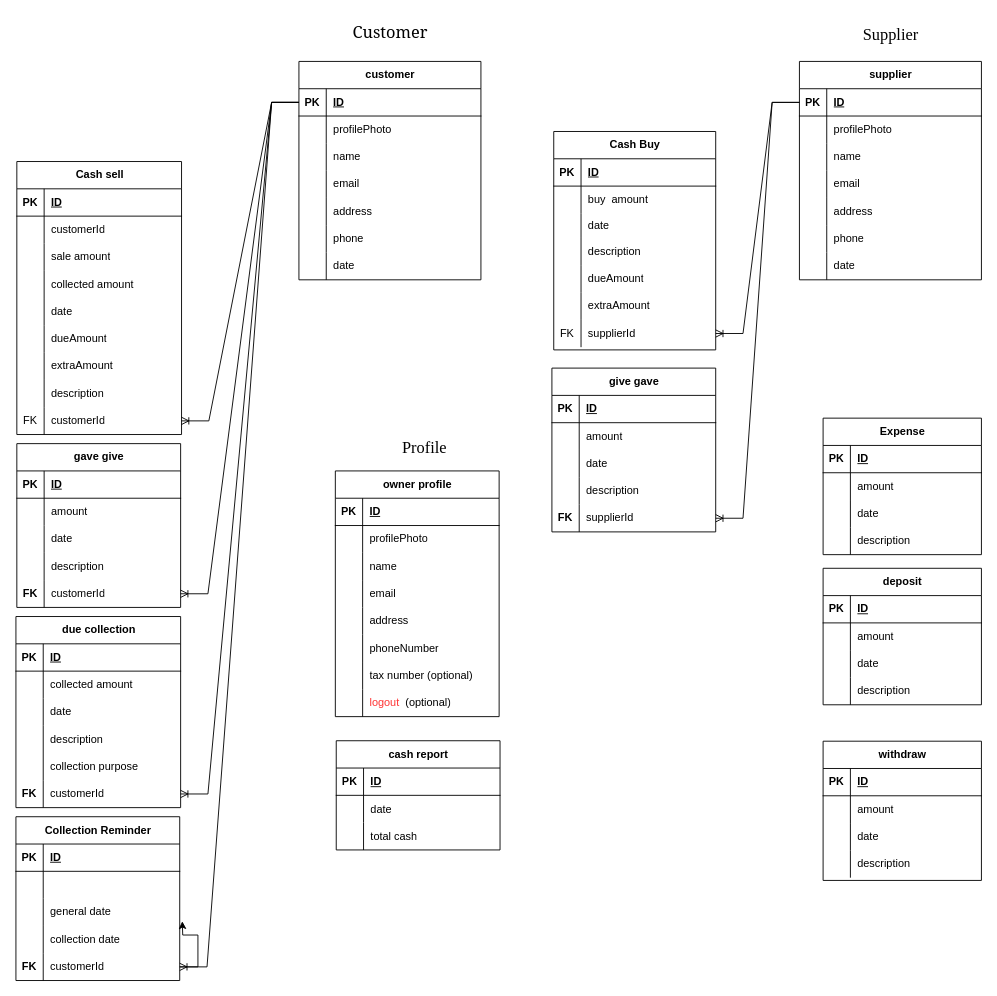
Before: databases/diagram.drawio in devsrakib/esBook, a draw.io diagram. Source tidied: cells renumbered, new cells numbered last; positions are measured from the earlier drawing's top-left corner, leaving out a move shared by most shapes. Both pictures are drawn from the tidied source at 91%, with x=0, y=0 at pixel (15, 15).
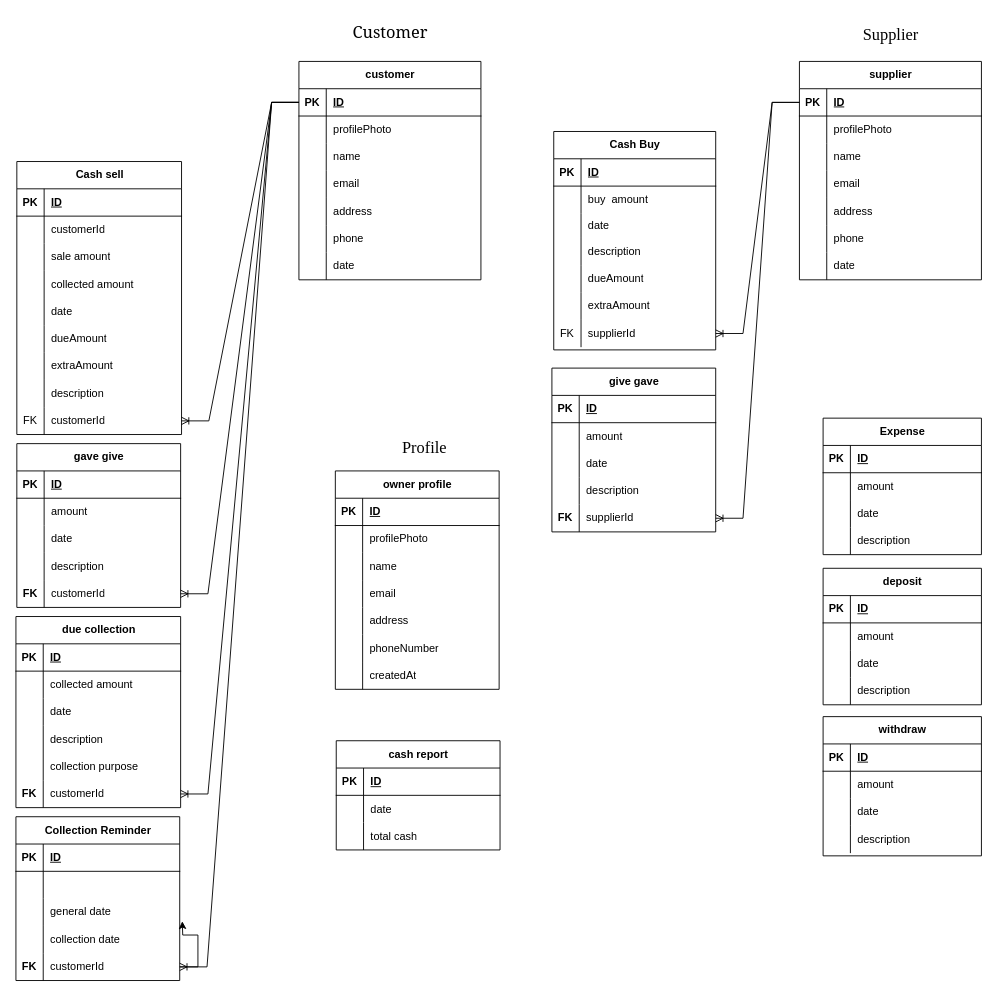
Above is the later version.

The change refers to these unchanged cells:
```xml
<mxCell id="201" style="shape=tableRow;horizontal=0;startSize=0;swimlaneHead=0;swimlaneBody=0;fillColor=none;top=0;left=0;right=0;bottom=0;" parent="182" vertex="1">
  <mxGeometry y="210" width="180" height="30" as="geometry" />
</mxCell>
```

What changed in the source:
```diff
@@
     <mxCell id="87" value="withdraw" style="shape=table;startSize=30;childLayout=tableLayout;rowLines=0;fontStyle=1;align=center;html=1;" parent="1" vertex="1">
-      <mxGeometry x="887" y="797" width="174" height="153" as="geometry" />
+      <mxGeometry x="887" y="770" width="174" height="153" as="geometry" />
     </mxCell>
@@
     <mxCell id="182" value="owner profile" style="shape=table;startSize=30;childLayout=tableLayout;rowLines=0;fontStyle=1;align=center;html=1;" parent="1" vertex="1">
-      <mxGeometry x="351" y="500" width="180" height="270" as="geometry" />
+      <mxGeometry x="351" y="500" width="180" height="240" as="geometry" />
     </mxCell>
@@
-    <mxCell id="202" style="shape=partialRectangle;fillColor=none;top=0;left=0;bottom=0;right=0;overflow=hidden;whiteSpace=wrap;html=1;" parent="201" vertex="1">
-      <mxGeometry width="30" height="30" as="geometry" />
-    </mxCell>
-    <mxCell id="203" value="tax number (optional)" style="shape=partialRectangle;fillColor=none;top=0;left=0;bottom=0;right=0;align=left;spacingLeft=6;overflow=hidden;whiteSpace=wrap;html=1;" parent="201" vertex="1">
-      <mxGeometry x="30" width="150" height="30" as="geometry" />
-    </mxCell>
-    <mxCell id="204" style="shape=tableRow;horizontal=0;startSize=0;swimlaneHead=0;swimlaneBody=0;fillColor=none;top=0;left=0;right=0;bottom=0;" parent="182" vertex="1">
-      <mxGeometry y="240" width="180" height="30" as="geometry" />
-    </mxCell>
-    <mxCell id="205" style="shape=partialRectangle;fillColor=none;top=0;left=0;bottom=0;right=0;overflow=hidden;whiteSpace=wrap;html=1;" parent="204" vertex="1">
-      <mxGeometry width="30" height="30" as="geometry" />
-    </mxCell>
-    <mxCell id="206" value="&lt;font color=&quot;#ff3333&quot;&gt;logout&lt;/font&gt; &amp;nbsp;(optional)" style="shape=partialRectangle;fillColor=none;top=0;left=0;bottom=0;right=0;align=left;spacingLeft=6;overflow=hidden;whiteSpace=wrap;html=1;" parent="204" vertex="1">
-      <mxGeometry x="30" width="150" height="30" as="geometry" />
-    </mxCell>
+    <mxCell id="247" style="shape=partialRectangle;fillColor=none;top=0;left=0;bottom=0;right=0;overflow=hidden;whiteSpace=wrap;html=1;" parent="201" vertex="1">
+      <mxGeometry width="30" height="30" as="geometry" />
+    </mxCell>
+    <mxCell id="248" value="createdAt" style="shape=partialRectangle;fillColor=none;top=0;left=0;bottom=0;right=0;align=left;spacingLeft=6;overflow=hidden;whiteSpace=wrap;html=1;" parent="201" vertex="1">
+      <mxGeometry x="30" width="150" height="30" as="geometry" />
+    </mxCell>
```
